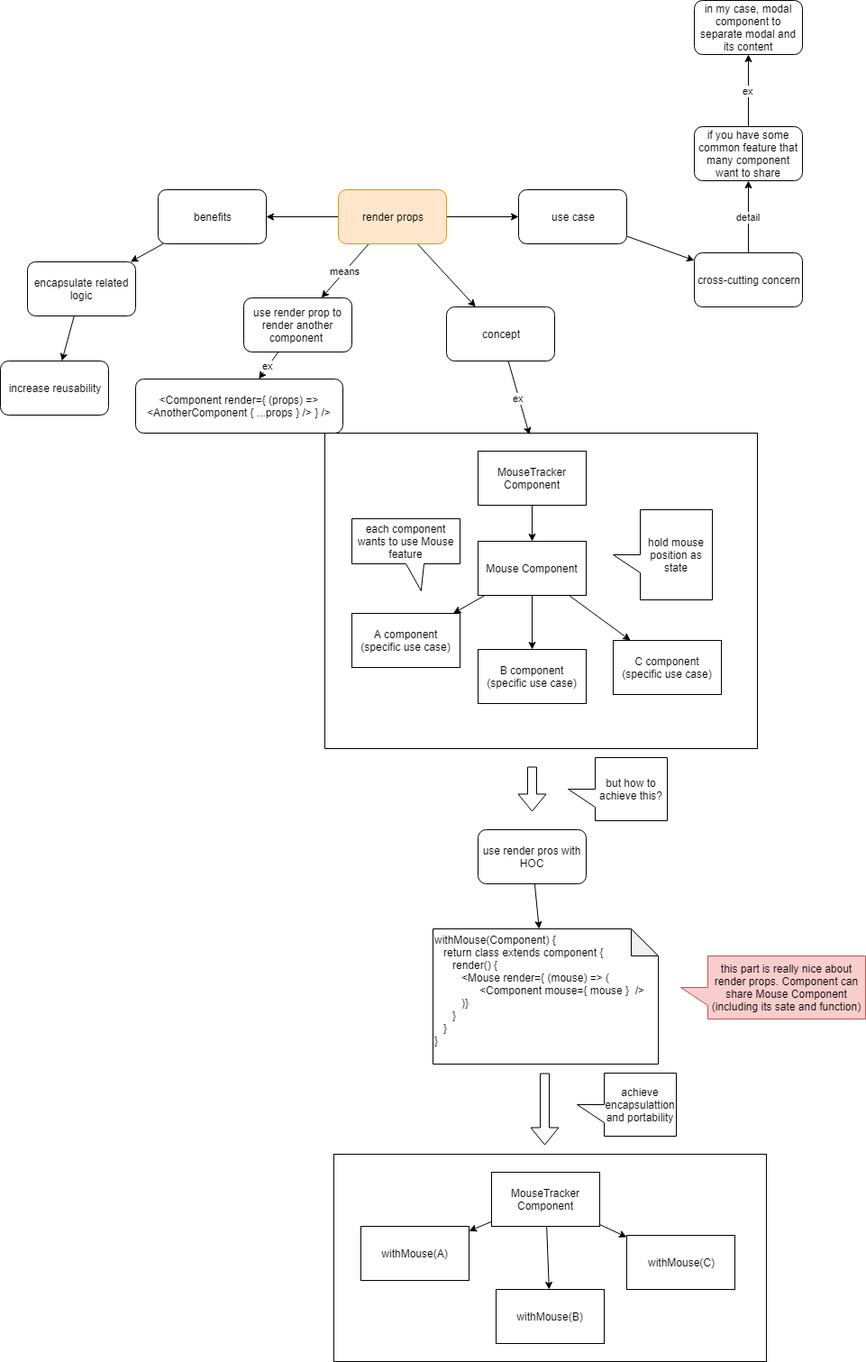
stsiwo/react_redux_concept keeps this draw.io diagram as render_props_concept.png. Above is the earlier version. Source tidied: cells renumbered, new cells last; positions are measured from the earlier drawing's top-left corner, leaving out a move shared by most shapes.
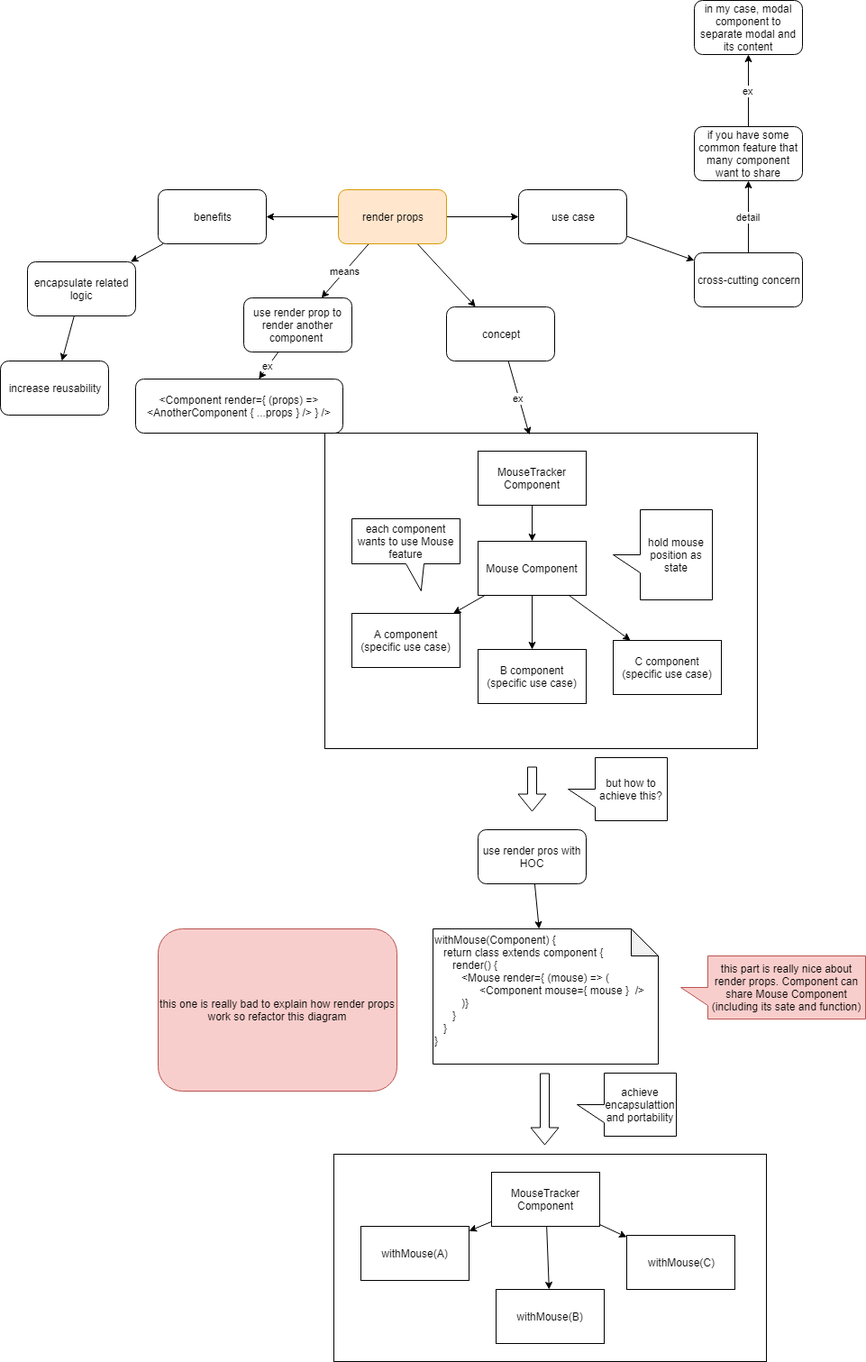
The same diagram one commit later.

Change to the diagram source:
```diff
@@ -158,5 +158,8 @@
     <mxCell id="51" value="this part is really nice about render props. Component can share Mouse Component (including its sate and function)" style="shape=callout;whiteSpace=wrap;html=1;perimeter=calloutPerimeter;direction=south;fillColor=#f8cecc;strokeColor=#b85450;" parent="1" vertex="1">
       <mxGeometry x="755" y="1060" width="205" height="70" as="geometry" />
     </mxCell>
+    <mxCell id="52" value="this one is really bad to explain how render props work so refactor this diagram" style="rounded=1;whiteSpace=wrap;html=1;fillColor=#f8cecc;strokeColor=#b85450;" parent="1" vertex="1">
+      <mxGeometry x="175" y="1030" width="265" height="180" as="geometry" />
+    </mxCell>
   </root>
 </mxGraphModel>
```
